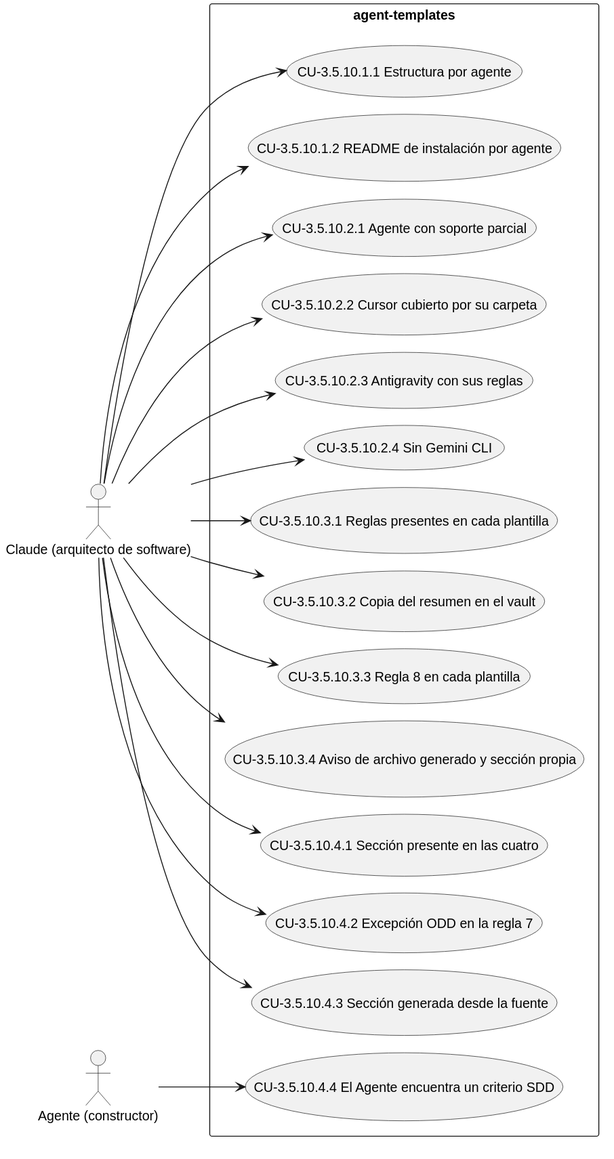
The PlantUML diagram docs/diagramas/CAP-3.5.10.svg in Lautaro-Montecchiani/sdd-global-config, before a commit.
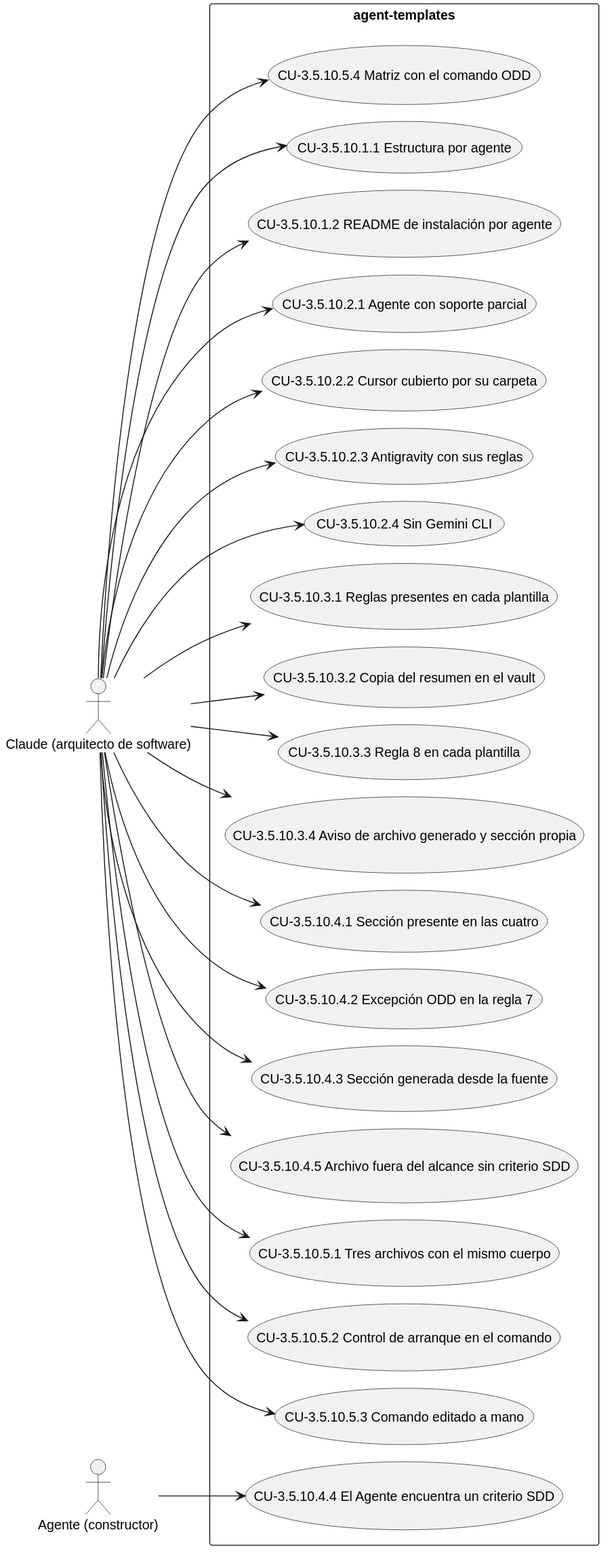
Later version of the same file.

What changed in the source:
```diff
@@ -18,6 +18,11 @@
   usecase "CU-3.5.10.4.2 Excepción ODD en la regla 7" as UC_3_5_10_4_2
   usecase "CU-3.5.10.4.3 Sección generada desde la fuente" as UC_3_5_10_4_3
   usecase "CU-3.5.10.4.4 El Agente encuentra un criterio SDD" as UC_3_5_10_4_4
+  usecase "CU-3.5.10.4.5 Archivo fuera del alcance sin criterio SDD" as UC_3_5_10_4_5
+  usecase "CU-3.5.10.5.1 Tres archivos con el mismo cuerpo" as UC_3_5_10_5_1
+  usecase "CU-3.5.10.5.2 Control de arranque en el comando" as UC_3_5_10_5_2
+  usecase "CU-3.5.10.5.3 Comando editado a mano" as UC_3_5_10_5_3
+  usecase "CU-3.5.10.5.4 Matriz con el comando ODD" as UC_3_5_10_5_4
 }
 A1 --> UC_3_5_10_1_1
 A1 --> UC_3_5_10_1_2
@@ -33,4 +38,9 @@
 A1 --> UC_3_5_10_4_2
 A1 --> UC_3_5_10_4_3
 A2 --> UC_3_5_10_4_4
+A1 --> UC_3_5_10_4_5
+A1 --> UC_3_5_10_5_1
+A1 --> UC_3_5_10_5_2
+A1 --> UC_3_5_10_5_3
+A1 --> UC_3_5_10_5_4
 @enduml
```
